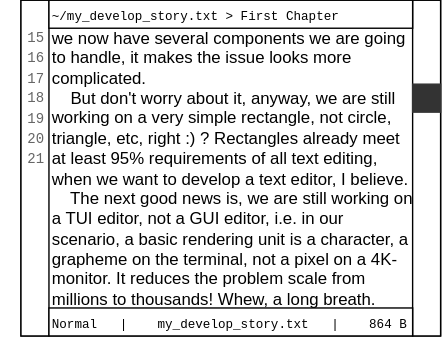
This is images/1-TUI-3-Layout.1.drawio.svg from rsvim/rfc, a draw.io export, as it was before one commit. Source tidied: cells renumbered, new cells last; positions are measured from the earlier drawing's top-left corner, leaving out a move shared by most shapes. Its diagram source:
```xml
<mxGraphModel>
  <root>
    <mxCell id="0" />
    <mxCell id="1" parent="0" />
    <mxCell id="2" style="rounded=0;whiteSpace=wrap;html=1;" parent="1" vertex="1">
      <mxGeometry x="15" width="300" height="240" as="geometry" />
    </mxCell>
    <mxCell id="3" style="rounded=0;whiteSpace=wrap;html=1;" parent="1" vertex="1">
      <mxGeometry x="15" width="20" height="240" as="geometry" />
    </mxCell>
    <mxCell id="4" style="rounded=0;whiteSpace=wrap;html=1;" parent="1" vertex="1">
      <mxGeometry x="295" width="20" height="240" as="geometry" />
    </mxCell>
    <mxCell id="5" value="&lt;font style=&quot;font-size: 9px;&quot; face=&quot;Courier New&quot;&gt;~/my_develop_story.txt &amp;gt; First Chapter&lt;/font&gt;" style="rounded=0;whiteSpace=wrap;html=1;align=left;" parent="1" vertex="1">
      <mxGeometry x="35" width="260" height="20" as="geometry" />
    </mxCell>
    <mxCell id="6" value="&lt;font style=&quot;font-size: 9px;&quot; face=&quot;Courier New&quot;&gt;Normal&amp;nbsp; &amp;nbsp;|&amp;nbsp; &amp;nbsp; my_develop_story.txt&amp;nbsp; &amp;nbsp;|&amp;nbsp; &amp;nbsp; 864 B&lt;/font&gt;" style="rounded=0;whiteSpace=wrap;html=1;align=left;" parent="1" vertex="1">
      <mxGeometry x="35" y="220" width="260" height="20" as="geometry" />
    </mxCell>
    <mxCell id="7" value="we now have several components we are going to handle, it makes the issue looks more complicated.&amp;nbsp;&lt;br&gt;&amp;nbsp; &amp;nbsp; But don't worry about it, anyway, we are still working on a very simple rectangle, not circle, triangle, etc, right :) ? Rectangles already meet at least 95% requirements of all text editing, when we want to develop a text editor, I believe.&lt;br&gt;&amp;nbsp; &amp;nbsp; The next good news is, we are still working on a TUI editor, not a GUI editor, i.e. in our scenario, a basic rendering unit is a character, a grapheme on the terminal, not a pixel on a 4K-monitor. It reduces the problem scale from millions to thousands! Whew, a long breath." style="text;html=1;whiteSpace=wrap;strokeColor=none;fillColor=none;align=left;verticalAlign=middle;rounded=0;" parent="1" vertex="1">
      <mxGeometry x="35" y="20" width="260" height="200" as="geometry" />
    </mxCell>
    <mxCell id="8" value="15" style="text;html=1;strokeColor=none;fillColor=none;align=center;verticalAlign=middle;rounded=0;fontFamily=Courier New;fontSize=10;fontColor=#666666;" parent="1" vertex="1">
      <mxGeometry y="22" width="50" height="9" as="geometry" />
    </mxCell>
    <mxCell id="9" value="16" style="text;html=1;strokeColor=none;fillColor=none;align=center;verticalAlign=middle;rounded=0;fontFamily=Courier New;fontSize=10;fontColor=#666666;" parent="1" vertex="1">
      <mxGeometry y="36" width="50" height="9" as="geometry" />
    </mxCell>
    <mxCell id="10" value="17" style="text;html=1;strokeColor=none;fillColor=none;align=center;verticalAlign=middle;rounded=0;fontFamily=Courier New;fontSize=10;fontColor=#666666;" parent="1" vertex="1">
      <mxGeometry y="51" width="50" height="9" as="geometry" />
    </mxCell>
    <mxCell id="11" value="18" style="text;html=1;strokeColor=none;fillColor=none;align=center;verticalAlign=middle;rounded=0;fontFamily=Courier New;fontSize=10;fontColor=#666666;" parent="1" vertex="1">
      <mxGeometry y="65" width="50" height="9" as="geometry" />
    </mxCell>
    <mxCell id="12" value="19" style="text;html=1;strokeColor=none;fillColor=none;align=center;verticalAlign=middle;rounded=0;fontFamily=Courier New;fontSize=10;fontColor=#666666;" parent="1" vertex="1">
      <mxGeometry y="80" width="50" height="9" as="geometry" />
    </mxCell>
    <mxCell id="13" value="20" style="text;html=1;strokeColor=none;fillColor=none;align=center;verticalAlign=middle;rounded=0;fontFamily=Courier New;fontSize=10;fontColor=#666666;" parent="1" vertex="1">
      <mxGeometry y="94" width="50" height="9" as="geometry" />
    </mxCell>
    <mxCell id="14" style="rounded=0;whiteSpace=wrap;html=1;fillColor=#333333;strokeColor=#333333;" parent="1" vertex="1">
      <mxGeometry x="295" y="60" width="20" height="20" as="geometry" />
    </mxCell>
    <mxCell id="15" value="21" style="text;html=1;strokeColor=none;fillColor=none;align=center;verticalAlign=middle;rounded=0;fontFamily=Courier New;fontSize=10;fontColor=#666666;" parent="1" vertex="1">
      <mxGeometry y="108" width="50" height="9" as="geometry" />
    </mxCell>
  </root>
</mxGraphModel>
```
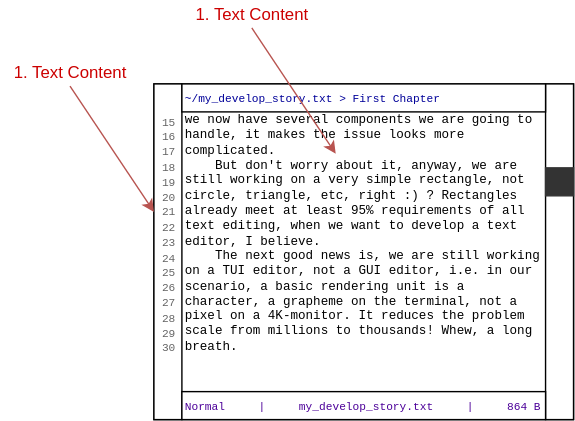
The same diagram one commit later.

The edit, as a diff of the source:
```diff
@@ -11,38 +11,79 @@
     <mxCell id="4" style="rounded=0;whiteSpace=wrap;html=1;" parent="1" vertex="1">
       <mxGeometry x="295" width="20" height="240" as="geometry" />
     </mxCell>
-    <mxCell id="5" value="&lt;font style=&quot;font-size: 9px;&quot; face=&quot;Courier New&quot;&gt;~/my_develop_story.txt &amp;gt; First Chapter&lt;/font&gt;" style="rounded=0;whiteSpace=wrap;html=1;align=left;" parent="1" vertex="1">
+    <mxCell id="5" value="&lt;font face=&quot;Courier New&quot;&gt;~/my_develop_story.txt &amp;gt; First Chapter&lt;/font&gt;" style="rounded=0;whiteSpace=wrap;html=1;align=left;fontSize=8;fontColor=#000099;" parent="1" vertex="1">
       <mxGeometry x="35" width="260" height="20" as="geometry" />
     </mxCell>
-    <mxCell id="6" value="&lt;font style=&quot;font-size: 9px;&quot; face=&quot;Courier New&quot;&gt;Normal&amp;nbsp; &amp;nbsp;|&amp;nbsp; &amp;nbsp; my_develop_story.txt&amp;nbsp; &amp;nbsp;|&amp;nbsp; &amp;nbsp; 864 B&lt;/font&gt;" style="rounded=0;whiteSpace=wrap;html=1;align=left;" parent="1" vertex="1">
+    <mxCell id="6" value="&lt;font style=&quot;font-size: 8px; color: rgb(76, 0, 153);&quot; face=&quot;Courier New&quot;&gt;Normal&amp;nbsp; &amp;nbsp; &amp;nbsp;|&amp;nbsp; &amp;nbsp; &amp;nbsp;my_develop_story.txt&amp;nbsp; &amp;nbsp; &amp;nbsp;|&amp;nbsp; &amp;nbsp; &amp;nbsp;864 B&lt;/font&gt;" style="rounded=0;whiteSpace=wrap;html=1;align=left;fontSize=9;labelBackgroundColor=none;" parent="1" vertex="1">
       <mxGeometry x="35" y="220" width="260" height="20" as="geometry" />
     </mxCell>
-    <mxCell id="7" value="we now have several components we are going to handle, it makes the issue looks more complicated.&amp;nbsp;&lt;br&gt;&amp;nbsp; &amp;nbsp; But don't worry about it, anyway, we are still working on a very simple rectangle, not circle, triangle, etc, right :) ? Rectangles already meet at least 95% requirements of all text editing, when we want to develop a text editor, I believe.&lt;br&gt;&amp;nbsp; &amp;nbsp; The next good news is, we are still working on a TUI editor, not a GUI editor, i.e. in our scenario, a basic rendering unit is a character, a grapheme on the terminal, not a pixel on a 4K-monitor. It reduces the problem scale from millions to thousands! Whew, a long breath." style="text;html=1;whiteSpace=wrap;strokeColor=none;fillColor=none;align=left;verticalAlign=middle;rounded=0;" parent="1" vertex="1">
-      <mxGeometry x="35" y="20" width="260" height="200" as="geometry" />
+    <mxCell id="7" value="we now have several components we are going to handle, it makes the issue looks more complicated.&amp;nbsp;&lt;br&gt;&amp;nbsp; &amp;nbsp; But don't worry about it, anyway, we are still working on a very simple rectangle, not circle, triangle, etc, right :) ? Rectangles already meet at least 95% requirements of all text editing, when we want to develop a text editor, I believe.&lt;br&gt;&amp;nbsp; &amp;nbsp; The next good news is, we are still working on a TUI editor, not a GUI editor, i.e. in our scenario, a basic rendering unit is a character, a grapheme on the terminal, not a pixel on a 4K-monitor. It reduces the problem scale from millions to thousands! Whew, a long breath." style="text;html=1;whiteSpace=wrap;strokeColor=none;fillColor=none;align=left;verticalAlign=middle;rounded=0;fontFamily=Courier New;fontSize=9;fontStyle=0;" parent="1" vertex="1">
+      <mxGeometry x="35" y="17" width="260" height="180" as="geometry" />
     </mxCell>
-    <mxCell id="8" value="15" style="text;html=1;strokeColor=none;fillColor=none;align=center;verticalAlign=middle;rounded=0;fontFamily=Courier New;fontSize=10;fontColor=#666666;" parent="1" vertex="1">
+    <mxCell id="8" value="15" style="text;html=1;strokeColor=none;fillColor=none;align=center;verticalAlign=middle;rounded=0;fontFamily=Courier New;fontSize=8;fontColor=#666666;" parent="1" vertex="1">
       <mxGeometry y="22" width="50" height="9" as="geometry" />
     </mxCell>
-    <mxCell id="9" value="16" style="text;html=1;strokeColor=none;fillColor=none;align=center;verticalAlign=middle;rounded=0;fontFamily=Courier New;fontSize=10;fontColor=#666666;" parent="1" vertex="1">
-      <mxGeometry y="36" width="50" height="9" as="geometry" />
+    <mxCell id="9" value="16" style="text;html=1;strokeColor=none;fillColor=none;align=center;verticalAlign=middle;rounded=0;fontFamily=Courier New;fontSize=8;fontColor=#666666;" parent="1" vertex="1">
+      <mxGeometry y="32" width="50" height="9" as="geometry" />
     </mxCell>
-    <mxCell id="10" value="17" style="text;html=1;strokeColor=none;fillColor=none;align=center;verticalAlign=middle;rounded=0;fontFamily=Courier New;fontSize=10;fontColor=#666666;" parent="1" vertex="1">
-      <mxGeometry y="51" width="50" height="9" as="geometry" />
+    <mxCell id="10" value="17" style="text;html=1;strokeColor=none;fillColor=none;align=center;verticalAlign=middle;rounded=0;fontFamily=Courier New;fontSize=8;fontColor=#666666;" parent="1" vertex="1">
+      <mxGeometry y="43" width="50" height="9" as="geometry" />
     </mxCell>
-    <mxCell id="11" value="18" style="text;html=1;strokeColor=none;fillColor=none;align=center;verticalAlign=middle;rounded=0;fontFamily=Courier New;fontSize=10;fontColor=#666666;" parent="1" vertex="1">
-      <mxGeometry y="65" width="50" height="9" as="geometry" />
+    <mxCell id="11" value="18" style="text;html=1;strokeColor=none;fillColor=none;align=center;verticalAlign=middle;rounded=0;fontFamily=Courier New;fontSize=8;fontColor=#666666;" parent="1" vertex="1">
+      <mxGeometry y="54" width="50" height="9" as="geometry" />
     </mxCell>
-    <mxCell id="12" value="19" style="text;html=1;strokeColor=none;fillColor=none;align=center;verticalAlign=middle;rounded=0;fontFamily=Courier New;fontSize=10;fontColor=#666666;" parent="1" vertex="1">
-      <mxGeometry y="80" width="50" height="9" as="geometry" />
+    <mxCell id="12" value="19" style="text;html=1;strokeColor=none;fillColor=none;align=center;verticalAlign=middle;rounded=0;fontFamily=Courier New;fontSize=8;fontColor=#666666;" parent="1" vertex="1">
+      <mxGeometry y="65.5" width="50" height="9" as="geometry" />
     </mxCell>
-    <mxCell id="13" value="20" style="text;html=1;strokeColor=none;fillColor=none;align=center;verticalAlign=middle;rounded=0;fontFamily=Courier New;fontSize=10;fontColor=#666666;" parent="1" vertex="1">
-      <mxGeometry y="94" width="50" height="9" as="geometry" />
+    <mxCell id="13" value="20" style="text;html=1;strokeColor=none;fillColor=none;align=center;verticalAlign=middle;rounded=0;fontFamily=Courier New;fontSize=8;fontColor=#666666;" parent="1" vertex="1">
+      <mxGeometry y="76" width="50" height="9" as="geometry" />
     </mxCell>
     <mxCell id="14" style="rounded=0;whiteSpace=wrap;html=1;fillColor=#333333;strokeColor=#333333;" parent="1" vertex="1">
       <mxGeometry x="295" y="60" width="20" height="20" as="geometry" />
     </mxCell>
-    <mxCell id="15" value="21" style="text;html=1;strokeColor=none;fillColor=none;align=center;verticalAlign=middle;rounded=0;fontFamily=Courier New;fontSize=10;fontColor=#666666;" parent="1" vertex="1">
-      <mxGeometry y="108" width="50" height="9" as="geometry" />
+    <mxCell id="15" value="21" style="text;html=1;strokeColor=none;fillColor=none;align=center;verticalAlign=middle;rounded=0;fontFamily=Courier New;fontSize=8;fontColor=#666666;" parent="1" vertex="1">
+      <mxGeometry y="86" width="50" height="9" as="geometry" />
     </mxCell>
+    <mxCell id="16" value="22" style="text;html=1;strokeColor=none;fillColor=none;align=center;verticalAlign=middle;rounded=0;fontFamily=Courier New;fontSize=8;fontColor=#666666;" parent="1" vertex="1">
+      <mxGeometry y="97" width="50" height="9" as="geometry" />
+    </mxCell>
+    <mxCell id="17" value="23" style="text;html=1;strokeColor=none;fillColor=none;align=center;verticalAlign=middle;rounded=0;fontFamily=Courier New;fontSize=8;fontColor=#666666;" parent="1" vertex="1">
+      <mxGeometry y="108" width="50" height="9" as="geometry" />
+    </mxCell>
+    <mxCell id="18" value="24" style="text;html=1;strokeColor=none;fillColor=none;align=center;verticalAlign=middle;rounded=0;fontFamily=Courier New;fontSize=8;fontColor=#666666;" parent="1" vertex="1">
+      <mxGeometry y="119" width="50" height="9" as="geometry" />
+    </mxCell>
+    <mxCell id="19" value="25" style="text;html=1;strokeColor=none;fillColor=none;align=center;verticalAlign=middle;rounded=0;fontFamily=Courier New;fontSize=8;fontColor=#666666;" parent="1" vertex="1">
+      <mxGeometry y="129" width="50" height="9" as="geometry" />
+    </mxCell>
+    <mxCell id="20" value="26" style="text;html=1;strokeColor=none;fillColor=none;align=center;verticalAlign=middle;rounded=0;fontFamily=Courier New;fontSize=8;fontColor=#666666;" parent="1" vertex="1">
+      <mxGeometry y="140" width="50" height="9" as="geometry" />
+    </mxCell>
+    <mxCell id="21" value="27" style="text;html=1;strokeColor=none;fillColor=none;align=center;verticalAlign=middle;rounded=0;fontFamily=Courier New;fontSize=8;fontColor=#666666;" parent="1" vertex="1">
+      <mxGeometry y="151" width="50" height="9" as="geometry" />
+    </mxCell>
+    <mxCell id="22" value="28" style="text;html=1;strokeColor=none;fillColor=none;align=center;verticalAlign=middle;rounded=0;fontFamily=Courier New;fontSize=8;fontColor=#666666;" parent="1" vertex="1">
+      <mxGeometry y="162" width="50" height="9" as="geometry" />
+    </mxCell>
+    <mxCell id="23" value="29" style="text;html=1;strokeColor=none;fillColor=none;align=center;verticalAlign=middle;rounded=0;fontFamily=Courier New;fontSize=8;fontColor=#666666;" parent="1" vertex="1">
+      <mxGeometry y="173" width="50" height="9" as="geometry" />
+    </mxCell>
+    <mxCell id="24" value="30" style="text;html=1;strokeColor=none;fillColor=none;align=center;verticalAlign=middle;rounded=0;fontFamily=Courier New;fontSize=8;fontColor=#666666;" parent="1" vertex="1">
+      <mxGeometry y="183" width="50" height="9" as="geometry" />
+    </mxCell>
+    <mxCell id="25" value="1. Text Content" style="text;html=1;whiteSpace=wrap;strokeColor=none;fillColor=none;align=center;verticalAlign=middle;rounded=0;fontColor=#CC0000;" parent="1" vertex="1">
+      <mxGeometry x="35" y="-60" width="100" height="20" as="geometry" />
+    </mxCell>
+    <mxCell id="26" style="endArrow=classic;html=1;rounded=0;exitX=0.5;exitY=1;exitDx=0;exitDy=0;entryX=0.423;entryY=0.183;entryDx=0;entryDy=0;entryPerimeter=0;fontColor=#CC0000;fillColor=#f8cecc;strokeColor=#b85450;" parent="1" edge="1" source="25" target="7">
+      <mxGeometry relative="1" as="geometry" />
+    </mxCell>
+    <mxCell id="27" value="1. Text Content" style="text;html=1;whiteSpace=wrap;strokeColor=none;fillColor=none;align=center;verticalAlign=middle;rounded=0;fontColor=#CC0000;" parent="1" vertex="1">
+      <mxGeometry x="-95" y="-18.5" width="100" height="20" as="geometry" />
+    </mxCell>
+    <mxCell id="28" style="endArrow=classic;html=1;rounded=0;exitX=0.5;exitY=1;exitDx=0;exitDy=0;entryX=0.423;entryY=0.183;entryDx=0;entryDy=0;entryPerimeter=0;fontColor=#CC0000;fillColor=#f8cecc;strokeColor=#b85450;" parent="1" edge="1" source="27">
+      <mxGeometry relative="1" as="geometry">
+        <mxPoint x="15" y="91.5" as="targetPoint" />
+      </mxGeometry>
+    </mxCell>
   </root>
 </mxGraphModel>
```
